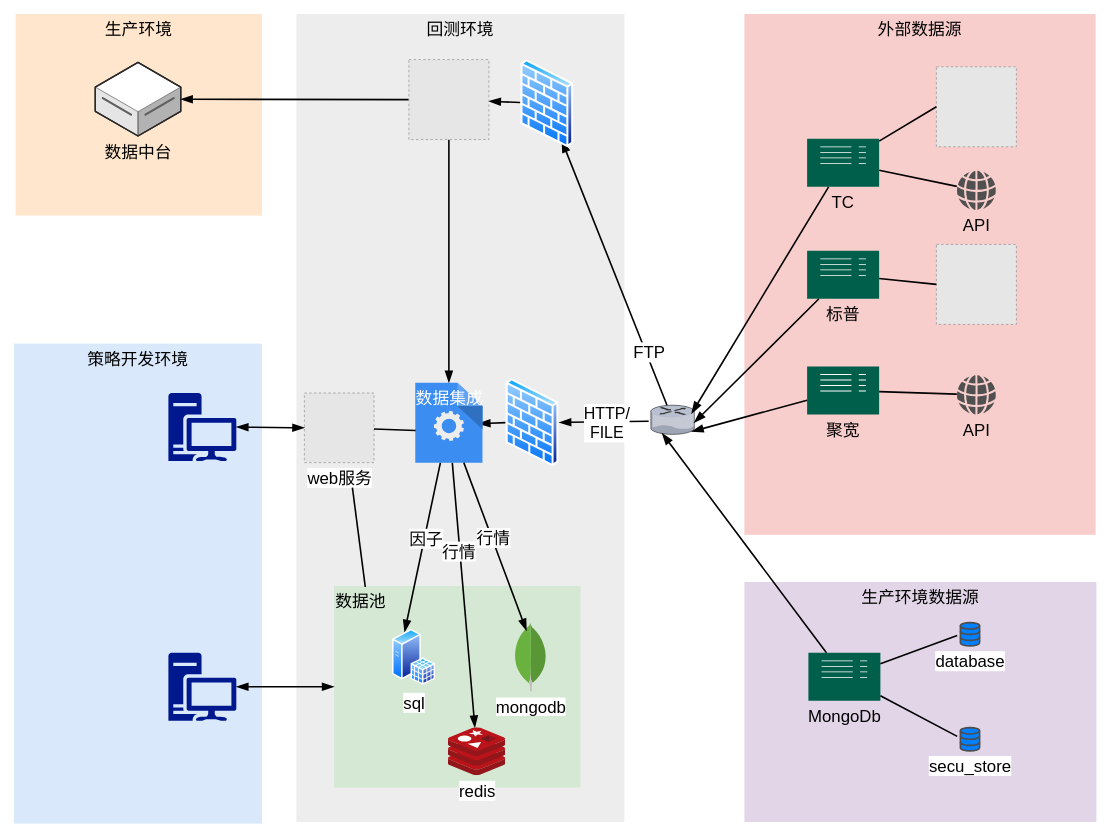
Above: drawio/datacenter_network.drawio in jayed008/notebook (draw.io), before the change. Source tidied: cells renumbered, new cells numbered last; positions are measured from the earlier drawing's top-left corner, leaving out a move shared by most shapes. Both pictures are drawn from the tidied source at 80%, with x=0, y=0 at pixel (14, 14). Pictures stored in the file or linked from it are replaced by grey dashed boxes.
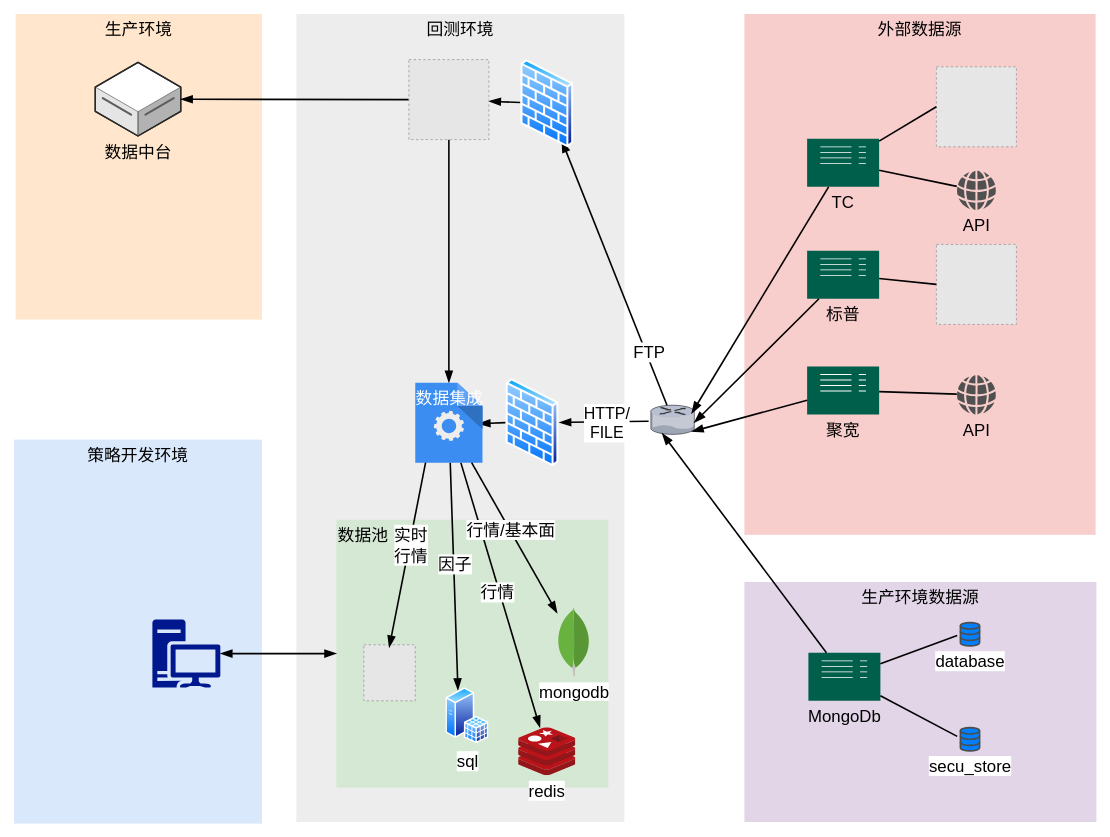
After the change.

Unchanged cells that the change refers to:
```xml
<mxCell id="16" style="edgeStyle=none;rounded=0;html=1;startSize=10;endSize=10;jettySize=auto;fontSize=21;endArrow=none;endFill=0;strokeWidth=2;startArrow=blockThin;startFill=1;" parent="1" edge="1" source="20" target="24">
  <mxGeometry relative="1" as="geometry" />
</mxCell>
<mxCell id="24" value="&lt;font color=&quot;#ffffff&quot; style=&quot;font-size: 21px;&quot;&gt;数据集成&lt;/font&gt;" style="html=1;strokeColor=none;shadow=0;align=center;verticalAlign=top;fillColor=#3B8DF1;shape=mxgraph.gcp2.process;sketch=0;fontSize=21;" parent="1" vertex="1">
  <mxGeometry x="501.6" y="460.8" width="84" height="100" as="geometry" />
</mxCell>
```

Change to the diagram source:
```diff
@@
     <mxCell id="3" value="&lt;font style=&quot;font-size: 21px;&quot;&gt;策略开发环境&lt;/font&gt;" style="whiteSpace=wrap;html=1;fillColor=#dae8fc;fontSize=21;strokeColor=none;verticalAlign=top;" parent="1" vertex="1">
-      <mxGeometry y="412" width="310" height="600" as="geometry" />
+      <mxGeometry y="532" width="310" height="480" as="geometry" />
     </mxCell>
     <mxCell id="4" value="&lt;font style=&quot;font-size: 21px;&quot;&gt;生产环境&lt;/font&gt;" style="whiteSpace=wrap;html=1;fillColor=#ffe6cc;fontSize=21;verticalAlign=top;strokeColor=none;" parent="1" vertex="1">
-      <mxGeometry x="2" width="308" height="252" as="geometry" />
+      <mxGeometry x="2" width="308" height="382" as="geometry" />
     </mxCell>
@@
     <mxCell id="15" value="&lt;span style=&quot;font-size: 21px;&quot;&gt;数据池&lt;/span&gt;" style="whiteSpace=wrap;html=1;fontSize=21;verticalAlign=top;fillColor=#d5e8d4;strokeColor=none;align=left;" parent="1" vertex="1">
-      <mxGeometry x="400" y="715" width="308" height="252" as="geometry" />
+      <mxGeometry x="403" y="632" width="340" height="335" as="geometry" />
     </mxCell>
@@
     <mxCell id="17" value="行情" style="edgeLabel;html=1;align=center;verticalAlign=middle;fontSize=21;" parent="16" vertex="1">
       <mxGeometry x="0.11" y="-1" relative="1" as="geometry">
-        <mxPoint x="-6" y="-37" as="offset" />
+        <mxPoint x="-0.2" y="15.2" as="offset" />
       </mxGeometry>
     </mxCell>
@@
     <mxCell id="20" value="&lt;font style=&quot;font-size: 21px;&quot;&gt;redis&lt;/font&gt;" style="html=1;points=[];align=center;image;fontSize=21;image=img/lib/mscae/Cache_Redis_Product.svg;fillColor=#66FF66;" parent="1" vertex="1">
-      <mxGeometry x="543" y="892" width="71.4" height="60" as="geometry" />
+      <mxGeometry x="630.7" y="892" width="71.4" height="60" as="geometry" />
     </mxCell>
     <mxCell id="21" value="&lt;font style=&quot;font-size: 21px;&quot;&gt;sql&lt;/font&gt;" style="perimeter=ellipsePerimeter;html=1;align=center;shadow=0;dashed=0;spacingTop=3;image;image=img/lib/active_directory/sql_server.svg;fillColor=#00994D;fontSize=21;sketch=0;" parent="1" vertex="1">
-      <mxGeometry x="473" y="768.9" width="53.9" height="70" as="geometry" />
+      <mxGeometry x="539.7" y="842" width="53.9" height="70" as="geometry" />
     </mxCell>
     <mxCell id="22" value="&lt;span style=&quot;background-color: rgb(255, 255, 255); font-size: 21px;&quot;&gt;mongodb&lt;/span&gt;" style="dashed=0;outlineConnect=0;html=1;align=center;labelPosition=center;verticalLabelPosition=bottom;verticalAlign=top;shape=mxgraph.weblogos.mongodb;sketch=0;fillColor=#00994D;fontSize=21;" parent="1" vertex="1">
-      <mxGeometry x="625" y="760.8" width="41.2" height="86.2" as="geometry" />
+      <mxGeometry x="679" y="742" width="41.2" height="86.2" as="geometry" />
     </mxCell>
@@
     <mxCell id="27" style="shadow=0;dashed=0;html=1;strokeColor=none;labelPosition=center;verticalLabelPosition=bottom;verticalAlign=top;align=center;fillColor=#00188D;shape=mxgraph.mscae.enterprise.workstation_client;sketch=0;fontSize=21;" parent="1" vertex="1">
-      <mxGeometry x="193" y="798.5" width="85" height="85" as="geometry" />
+      <mxGeometry x="173" y="757" width="85" height="85" as="geometry" />
     </mxCell>
-    <mxCell id="28" style="shadow=0;dashed=0;html=1;strokeColor=none;labelPosition=center;verticalLabelPosition=bottom;verticalAlign=top;align=center;fillColor=#00188D;shape=mxgraph.mscae.enterprise.workstation_client;sketch=0;fontSize=21;" parent="1" vertex="1">
-      <mxGeometry x="193" y="473.8" width="85" height="85" as="geometry" />
-    </mxCell>
@@
-    <mxCell id="30" value="web服务" style="fillColor=#E6E6E6;strokeColor=#999999;dashed=1;html=1;verticalAlign=top;verticalLabelPosition=bottom;labelBackgroundColor=#ffffff;fontSize=21;align=center;" parent="1" vertex="1">
-      <mxGeometry x="363" y="473.8" width="87" height="87" as="geometry" />
-    </mxCell>
-    <mxCell id="31" style="edgeStyle=none;rounded=0;html=1;startSize=10;endSize=10;jettySize=auto;fontSize=21;endArrow=blockThin;endFill=1;strokeWidth=2;startArrow=blockThin;startFill=1;entryX=0;entryY=0.5;entryDx=0;entryDy=0;exitX=1;exitY=0.5;exitDx=0;exitDy=0;exitPerimeter=0;" parent="1" edge="1" source="28" target="30">
-      <mxGeometry relative="1" as="geometry" />
-    </mxCell>
-    <mxCell id="32" style="edgeStyle=none;rounded=0;html=1;startSize=10;endSize=10;jettySize=auto;fontSize=21;endArrow=none;endFill=0;strokeWidth=2;startArrow=blockThin;startFill=1;" parent="1" edge="1" target="24">
-      <mxGeometry relative="1" as="geometry">
-        <mxPoint x="640.6" y="770.8" as="sourcePoint" />
-      </mxGeometry>
+    <mxCell id="32" style="edgeStyle=none;rounded=0;html=1;startSize=10;endSize=10;jettySize=auto;fontSize=21;endArrow=none;endFill=0;strokeWidth=2;startArrow=blockThin;startFill=1;" parent="1" edge="1" source="22" target="24">
+      <mxGeometry relative="1" as="geometry" />
     </mxCell>
-    <mxCell id="33" value="行情" style="edgeLabel;html=1;align=center;verticalAlign=middle;fontSize=21;" parent="32" vertex="1">
+    <mxCell id="33" value="行情/基本面" style="edgeLabel;html=1;align=center;verticalAlign=middle;fontSize=21;" parent="32" vertex="1">
       <mxGeometry x="0.11" y="-1" relative="1" as="geometry" />
     </mxCell>
-    <mxCell id="34" style="edgeStyle=none;rounded=0;html=1;startSize=10;endSize=10;jettySize=auto;fontSize=21;endArrow=none;endFill=0;strokeWidth=2;exitX=0.005;exitY=0.598;exitDx=0;exitDy=0;exitPerimeter=0;" parent="1" edge="1" source="24" target="30">
-      <mxGeometry relative="1" as="geometry" />
-    </mxCell>
-    <mxCell id="35" style="edgeStyle=none;rounded=0;html=1;startSize=10;endSize=10;jettySize=auto;fontSize=21;endArrow=none;endFill=0;strokeWidth=2;exitX=0.127;exitY=0.005;exitDx=0;exitDy=0;exitPerimeter=0;" parent="1" edge="1" source="15">
-      <mxGeometry relative="1" as="geometry">
-        <mxPoint x="423" y="592" as="targetPoint" />
-      </mxGeometry>
-    </mxCell>
@@
+    <mxCell id="59" style="fillColor=#E6E6E6;strokeColor=#999999;dashed=1;verticalLabelPosition=bottom;verticalAlign=top;fontSize=20;" parent="1" vertex="1">
+      <mxGeometry x="437.3" y="788.5" width="64.3" height="70" as="geometry" />
+    </mxCell>
+    <mxCell id="60" style="edgeStyle=none;rounded=0;html=1;startSize=10;endSize=10;jettySize=auto;fontSize=21;endArrow=none;endFill=0;strokeWidth=2;startArrow=blockThin;startFill=1;entryX=0.153;entryY=1.001;entryDx=0;entryDy=0;entryPerimeter=0;" parent="1" edge="1" target="24">
+      <mxGeometry relative="1" as="geometry">
+        <mxPoint x="469" y="792" as="sourcePoint" />
+      </mxGeometry>
+    </mxCell>
+    <mxCell id="61" value="实时&lt;br&gt;行情" style="edgeLabel;html=1;align=center;verticalAlign=middle;fontSize=21;" parent="60" vertex="1">
+      <mxGeometry x="0.11" y="-1" relative="1" as="geometry" />
+    </mxCell>
```
